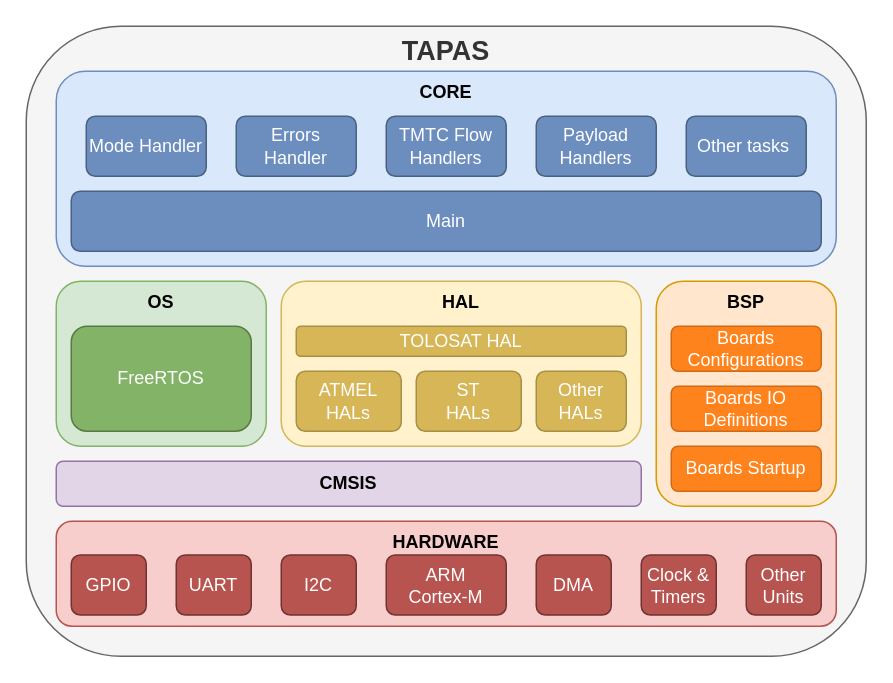
TOLOSAT/flight-software keeps this draw.io diagram as doc/images/Organization_Graph.drawio. Above is the earlier version. Source tidied: cells renumbered, new cells numbered last; positions are measured from the earlier drawing's top-left corner, leaving out a move shared by most shapes. Both pictures are drawn from the tidied source at 150%, with x=0, y=0 at pixel (26, 26).
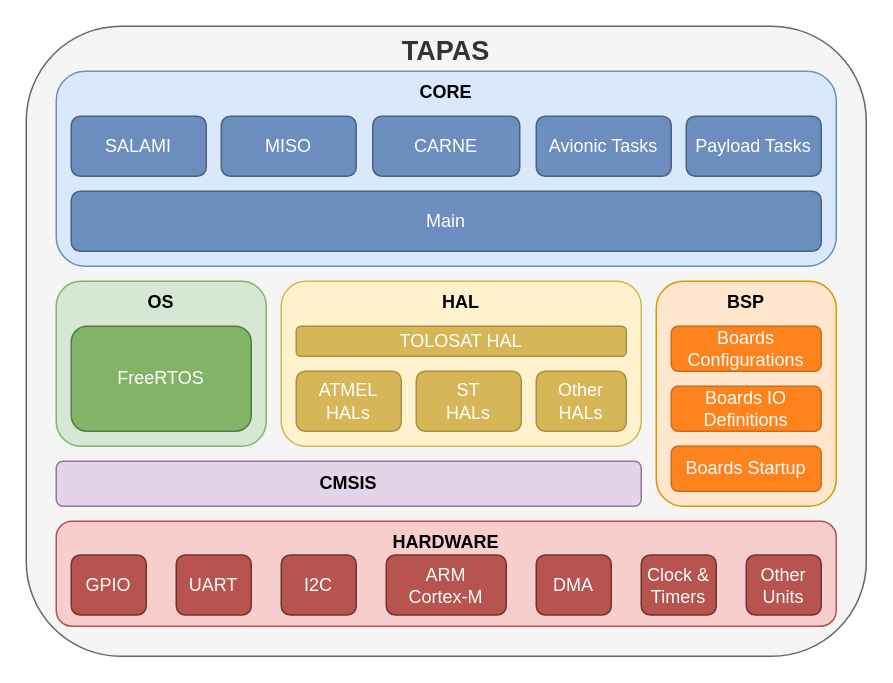
Above is the later version.

Diff of the diagram source:
```diff
@@
-    <mxCell id="19" value="Mode Handler" style="rounded=1;whiteSpace=wrap;html=1;fillColor=#6C8EBF;strokeColor=#4A6182;fontColor=#ffffff;" parent="1" vertex="1">
-      <mxGeometry x="40" y="60" width="80" height="40" as="geometry" />
-    </mxCell>
-    <mxCell id="20" value="TMTC Flow Handlers" style="rounded=1;whiteSpace=wrap;html=1;fillColor=#6C8EBF;strokeColor=#4A6182;fontColor=#ffffff;" parent="1" vertex="1">
-      <mxGeometry x="240" y="60" width="80" height="40" as="geometry" />
-    </mxCell>
-    <mxCell id="21" value="Errors Handler" style="rounded=1;whiteSpace=wrap;html=1;fillColor=#6C8EBF;strokeColor=#4A6182;fontColor=#ffffff;" parent="1" vertex="1">
-      <mxGeometry x="140" y="60" width="80" height="40" as="geometry" />
-    </mxCell>
-    <mxCell id="22" value="Payload Handlers" style="rounded=1;whiteSpace=wrap;html=1;fillColor=#6C8EBF;strokeColor=#4A6182;fontColor=#ffffff;" parent="1" vertex="1">
-      <mxGeometry x="340" y="60" width="80" height="40" as="geometry" />
-    </mxCell>
-    <mxCell id="23" value="Other tasks&amp;nbsp;" style="rounded=1;whiteSpace=wrap;html=1;fillColor=#6C8EBF;strokeColor=#4A6182;fontColor=#ffffff;" parent="1" vertex="1">
-      <mxGeometry x="440" y="60" width="80" height="40" as="geometry" />
-    </mxCell>
@@
+    <mxCell id="30" value="CARNE" style="rounded=1;whiteSpace=wrap;html=1;fillColor=#6C8EBF;strokeColor=#4A6182;fontColor=#ffffff;" parent="1" vertex="1">
+      <mxGeometry x="231" y="60" width="98" height="40" as="geometry" />
+    </mxCell>
+    <mxCell id="31" value="SALAMI" style="rounded=1;whiteSpace=wrap;html=1;fillColor=#6C8EBF;strokeColor=#4A6182;fontColor=#ffffff;" parent="1" vertex="1">
+      <mxGeometry x="30" y="60" width="90" height="40" as="geometry" />
+    </mxCell>
+    <mxCell id="32" value="MISO" style="rounded=1;whiteSpace=wrap;html=1;fillColor=#6C8EBF;strokeColor=#4A6182;fontColor=#ffffff;" parent="1" vertex="1">
+      <mxGeometry x="130" y="60" width="90" height="40" as="geometry" />
+    </mxCell>
+    <mxCell id="33" value="Payload Tasks" style="rounded=1;whiteSpace=wrap;html=1;fillColor=#6C8EBF;strokeColor=#4A6182;fontColor=#ffffff;" parent="1" vertex="1">
+      <mxGeometry x="440" y="60" width="90" height="40" as="geometry" />
+    </mxCell>
+    <mxCell id="34" value="Avionic Tasks" style="rounded=1;whiteSpace=wrap;html=1;fillColor=#6C8EBF;strokeColor=#4A6182;fontColor=#ffffff;" parent="1" vertex="1">
+      <mxGeometry x="340" y="60" width="90" height="40" as="geometry" />
+    </mxCell>
```
